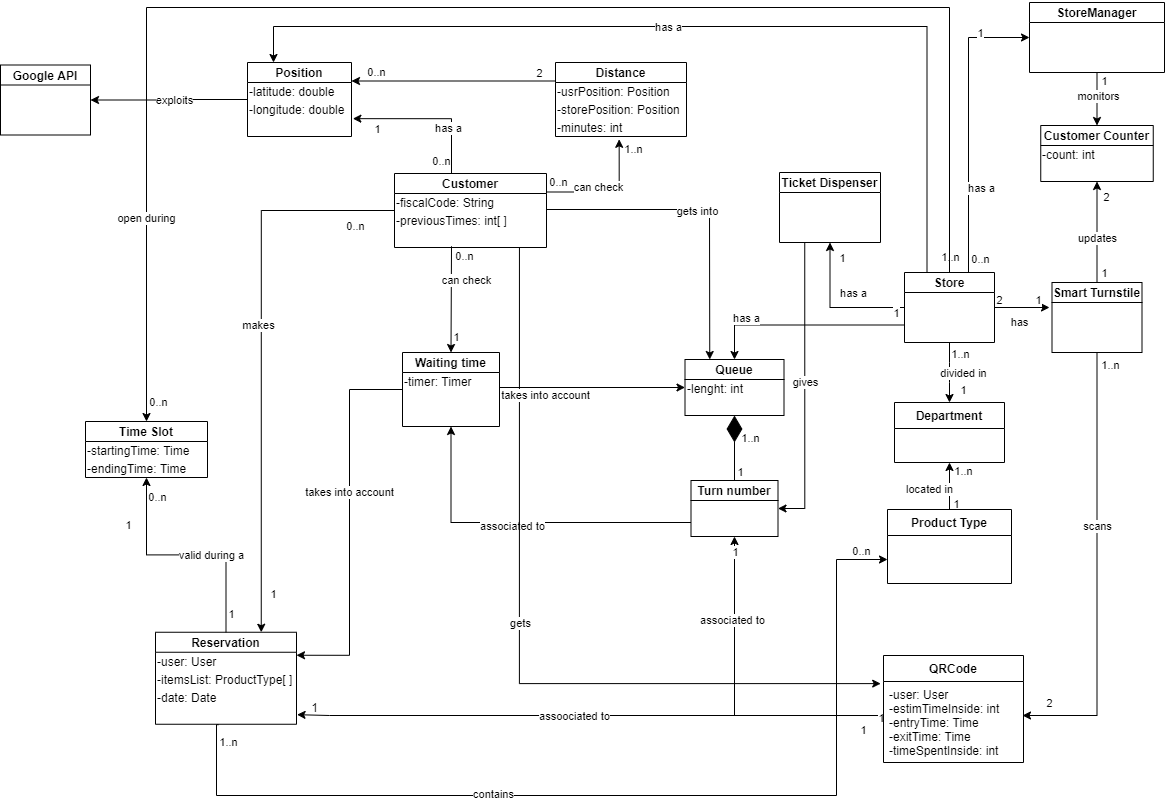
olimpiarivera/RiveraPolidori keeps this draw.io diagram as RASD/class_diagram.png. Above is the earlier version. Source tidied: cells renumbered, new cells last; positions are measured from the earlier drawing's top-left corner, leaving out a move shared by most shapes.
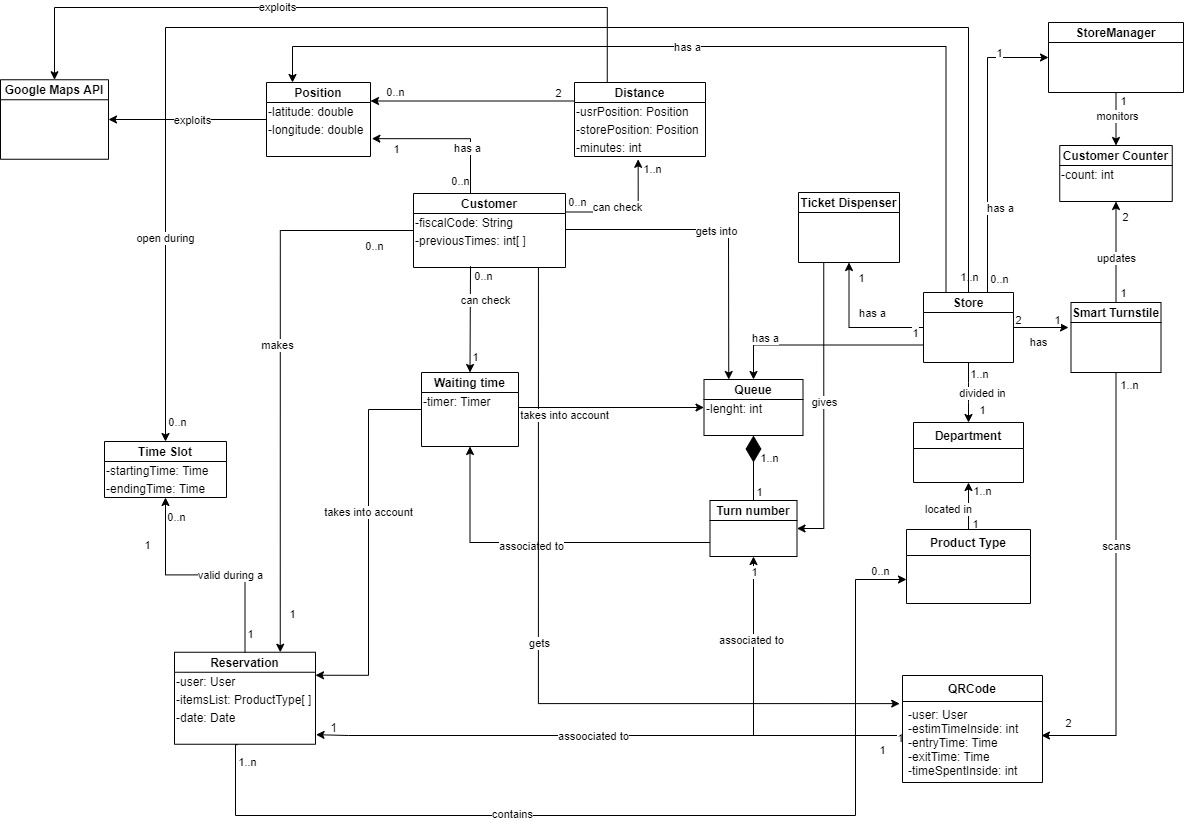
The same file after the commit.

Commit message:
"class diagram description added"

Diff of the diagram source:
```diff
@@ -511,8 +511,8 @@
     <mxCell id="115" value="&amp;nbsp;" style="text;html=1;align=center;verticalAlign=middle;" parent="112" vertex="1">
       <mxGeometry y="56" width="104" height="18" as="geometry" />
     </mxCell>
-    <mxCell id="116" value="Google API" style="swimlane;fontStyle=1;horizontal=1;startSize=20;fillColor=none;" parent="1" vertex="1">
-      <mxGeometry y="62.5" width="90" height="70" as="geometry" />
+    <mxCell id="116" value="Google Maps API" style="swimlane;fontStyle=1;horizontal=1;startSize=20;fillColor=none;" parent="1" vertex="1">
+      <mxGeometry x="-19" y="57.2" width="108" height="79.5" as="geometry" />
     </mxCell>
     <mxCell id="117" value="Customer Counter" style="swimlane;fontStyle=1;horizontal=1;startSize=20;fillColor=none;" parent="1" vertex="1">
       <mxGeometry x="1040.2" y="123" width="112.5" height="56" as="geometry" />
@@ -548,6 +548,17 @@
         <mxPoint x="-7.3" y="-9.5" as="offset" />
       </mxGeometry>
     </mxCell>
+    <mxCell id="134" style="edgeStyle=orthogonalEdgeStyle;rounded=0;jettySize=auto;html=1;exitX=0.25;exitY=0;exitDx=0;exitDy=0;entryX=0.5;entryY=0;entryDx=0;entryDy=0;" parent="1" edge="1" source="127" target="116">
+      <mxGeometry relative="1" as="geometry">
+        <Array as="points">
+          <mxPoint x="588" y="-15" />
+          <mxPoint x="35" y="-15" />
+        </Array>
+      </mxGeometry>
+    </mxCell>
+    <mxCell id="135" value="exploits" style="edgeLabel;html=1;align=center;verticalAlign=middle;" parent="134" vertex="1">
+      <mxGeometry x="0.16" y="-1" relative="1" as="geometry" />
+    </mxCell>
     <mxCell id="127" value="Distance" style="swimlane;fontStyle=1;horizontal=1;startSize=20;fillColor=none;" parent="1" vertex="1">
       <mxGeometry x="555" y="60" width="131" height="74" as="geometry" />
     </mxCell>
```
